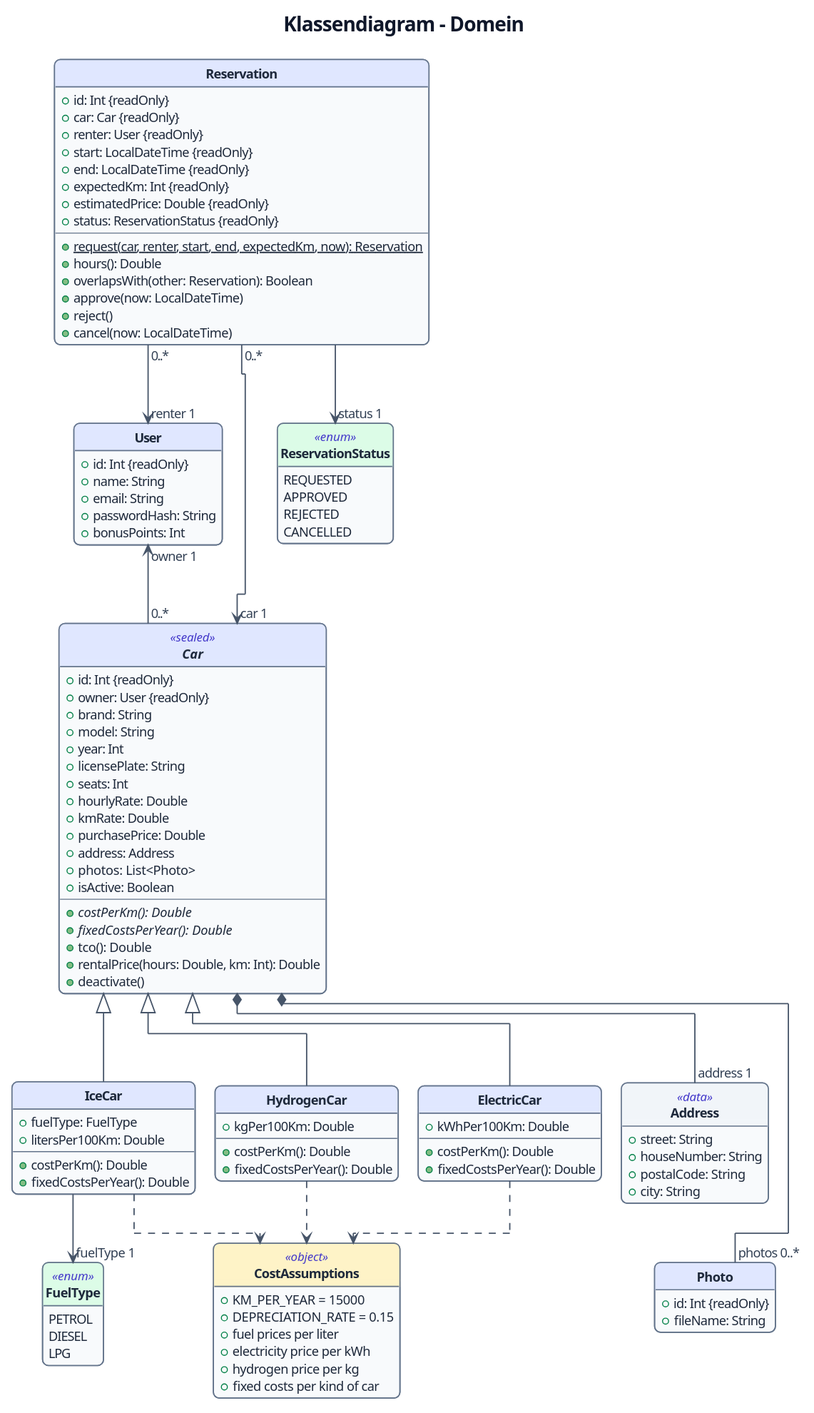
Before: docs/images/domain-class-diagram.svg, a diagram exported from PlantUML (ThimoHarte/RentMyCar).
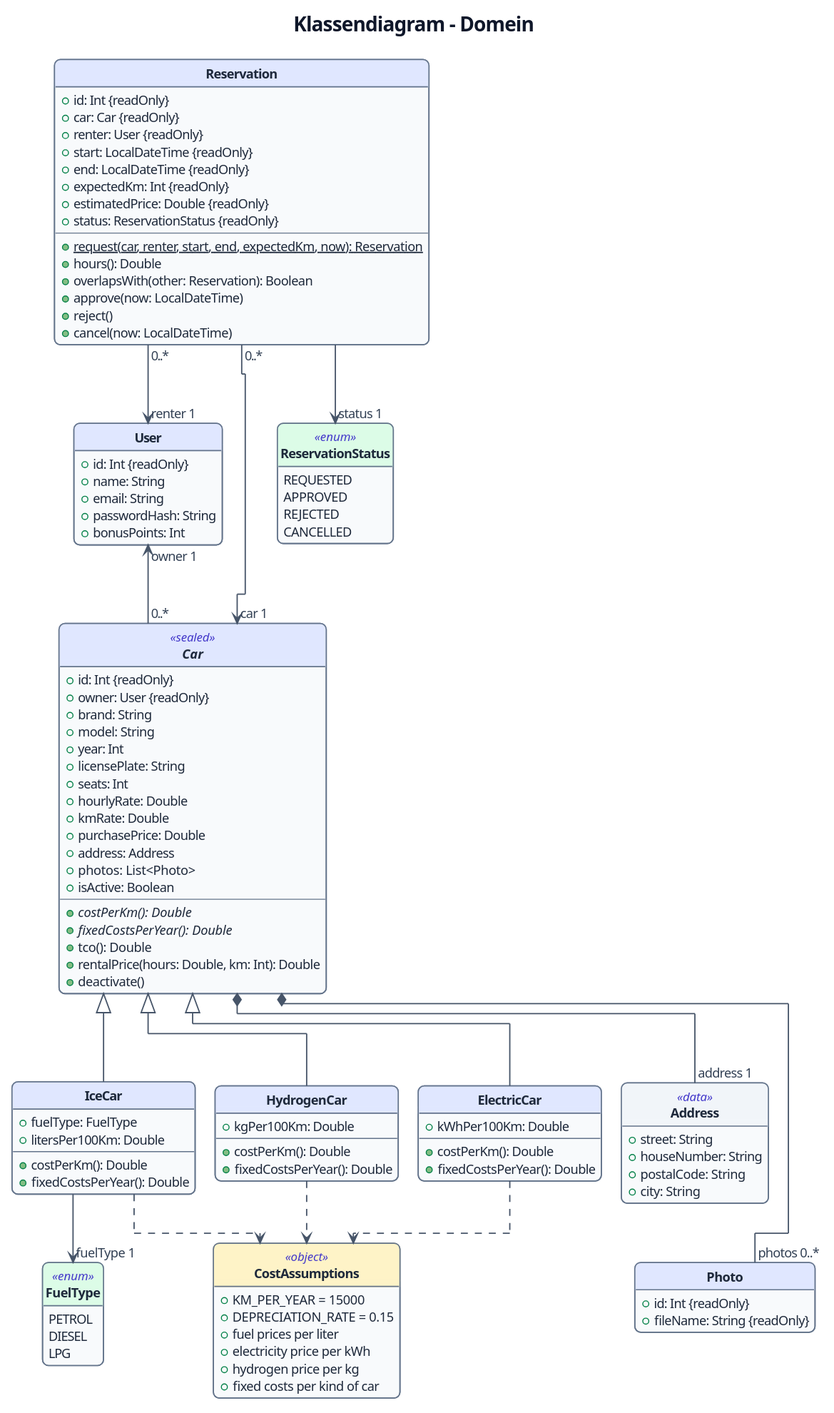
The same diagram one commit later.

The edit, as a diff of the source:
```diff
@@ -73,7 +73,7 @@
 
 class Photo {
   + id: Int {readOnly}
-  + fileName: String
+  + fileName: String {readOnly}
 }
 
 class IceCar {
```
